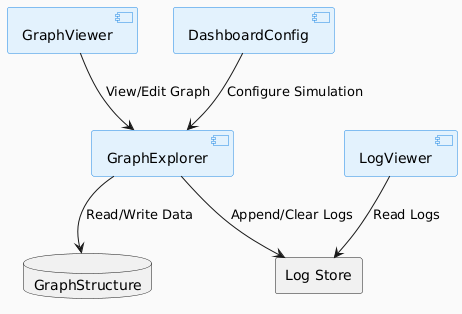
Earlier version of the PlantUML export Meilenstein_3_4_Endabgabe/subfiles/Entwicklung_und_Dimensionierung_subfiles/Informatik_subfiles/fig_Simulation/SimulatorKomponentenDiagramm.png (JulesBischof/PREN1_Doku).
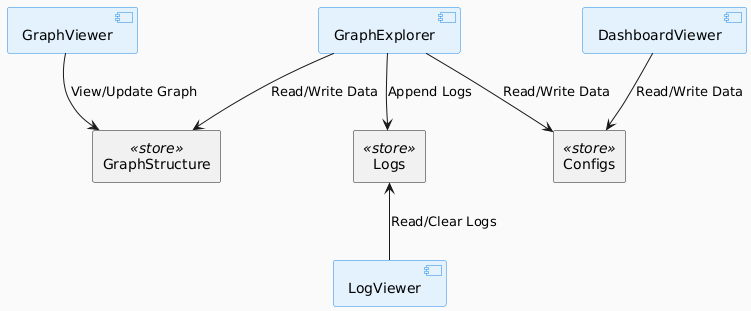
The same diagram one commit later.

What changed in the source:
```diff
@@ -9,16 +9,19 @@
 }
 
 component "GraphViewer" as GraphViewer
-component "DashboardConfig" as DashboardConfig
+component "GraphExplorer" as GraphExplorer
 component "LogViewer" as LogViewer
-component "GraphExplorer" as GraphExplorer
+component "DashboardViewer" as DashboardViewer
 
-database "GraphStructure" as GraphStructure
-rectangle "Log Store" as LogStore
+rectangle "GraphStructure" as GraphStructure <<store>>
+rectangle "Logs" as Logs <<store>>
+rectangle "Configs" as Configs <<store>>
 
-GraphViewer --> GraphExplorer : View/Edit Graph
-DashboardConfig --> GraphExplorer : Configure Simulation
+LogViewer -up-> Logs : Read/Clear Logs
+
+GraphViewer --> GraphStructure : View/Update Graph
 GraphExplorer --> GraphStructure : Read/Write Data
-GraphExplorer --> LogStore : Append/Clear Logs
-LogViewer --> LogStore : Read Logs
+GraphExplorer --> Logs : Append Logs
+GraphExplorer --> Configs : Read/Write Data
+DashboardViewer --> Configs : Read/Write Data
 @enduml
```
